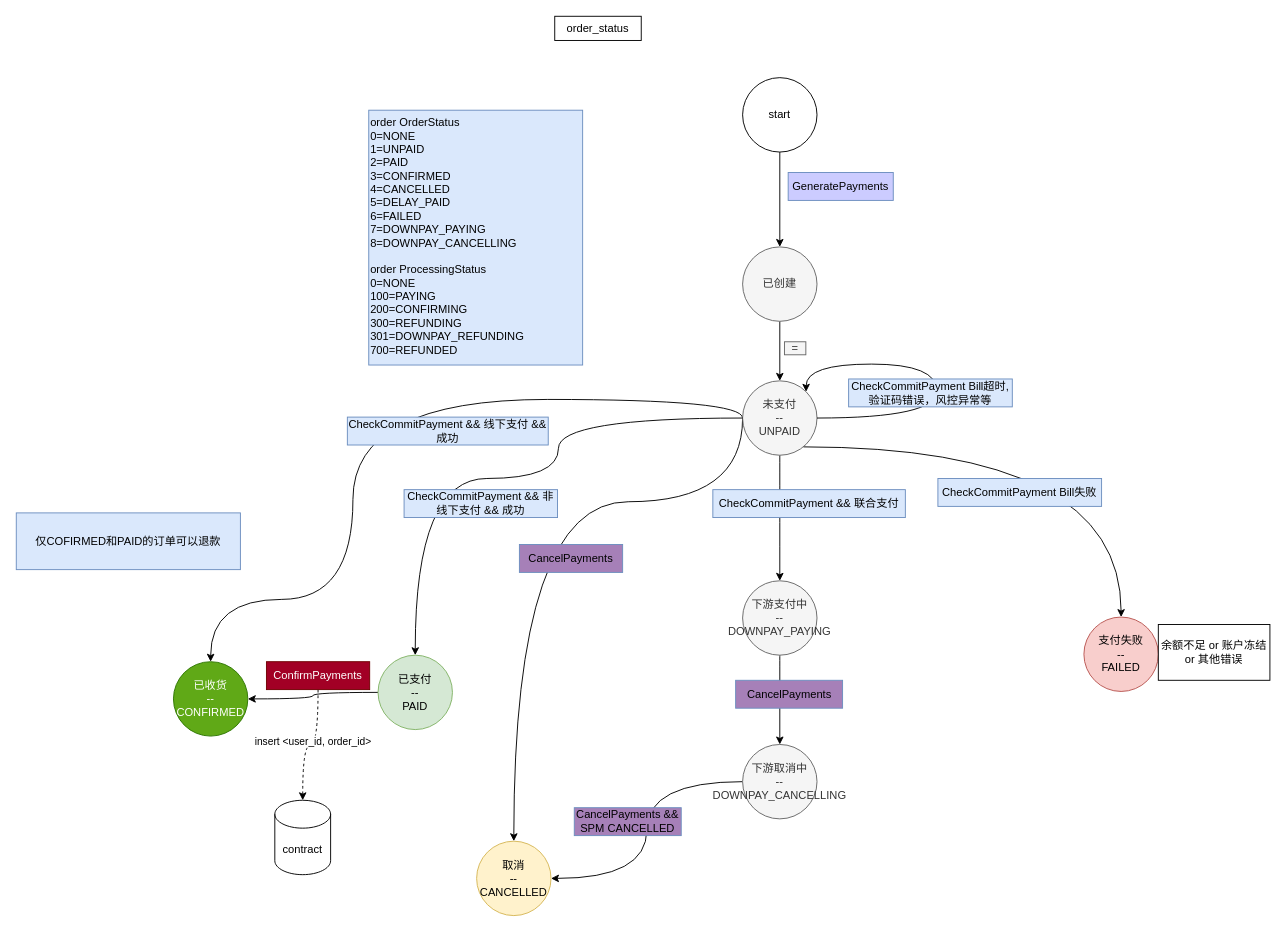
This is page "ordert状态流转" (4 of 8) of tmp.drawio from xhd2015/bog, a draw.io file, before an edit. Source tidied: cells renumbered, new cells numbered last; positions are measured from the earlier drawing's top-left corner, leaving out a move shared by most shapes. Both pictures are drawn from the tidied source at 93%, with x=0, y=0 at pixel (16, 16).
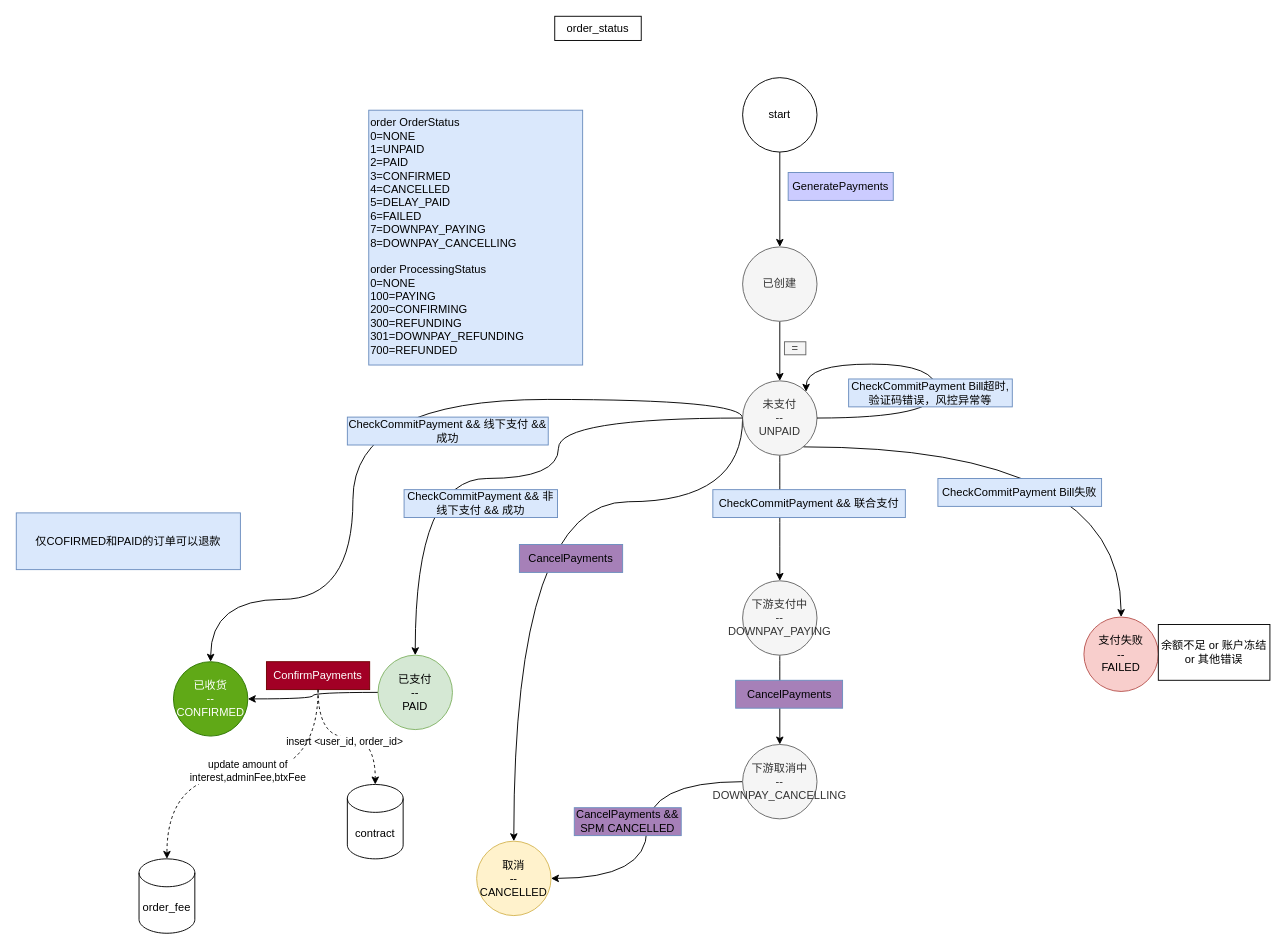
After the change.

The change refers to these unchanged cells:
```xml
<mxCell id="38" value="ConfirmPayments" style="text;html=1;strokeColor=#6F0000;fillColor=#a20025;align=center;verticalAlign=middle;whiteSpace=wrap;rounded=0;fontColor=#ffffff;" parent="1" vertex="1">
  <mxGeometry x="269" y="694" width="111" height="30" as="geometry" />
</mxCell>
```

Change to the diagram source:
```diff
@@
     <mxCell id="39" value="contract" style="shape=cylinder3;whiteSpace=wrap;html=1;boundedLbl=1;backgroundOutline=1;size=15;" parent="1" vertex="1">
-      <mxGeometry x="278" y="843" width="60" height="80" as="geometry" />
+      <mxGeometry x="356" y="826" width="60" height="80" as="geometry" />
     </mxCell>
+    <mxCell id="40" value="order_fee" style="shape=cylinder3;whiteSpace=wrap;html=1;boundedLbl=1;backgroundOutline=1;size=15;" parent="1" vertex="1">
+      <mxGeometry x="132" y="906" width="60" height="80" as="geometry" />
+    </mxCell>
+    <mxCell id="41" style="edgeStyle=orthogonalEdgeStyle;curved=1;rounded=0;jettySize=auto;html=1;entryX=0.5;entryY=0;entryDx=0;entryDy=0;entryPerimeter=0;dashed=1;exitX=0.5;exitY=1;exitDx=0;exitDy=0;" parent="1" edge="1" source="38" target="40">
+      <mxGeometry relative="1" as="geometry" />
+    </mxCell>
+    <mxCell id="42" value="update amount of &lt;br&gt;interest,adminFee,btxFee" style="edgeLabel;html=1;align=center;verticalAlign=middle;" parent="41" vertex="1">
+      <mxGeometry x="-0.03" y="-4" relative="1" as="geometry" />
+    </mxCell>
```
